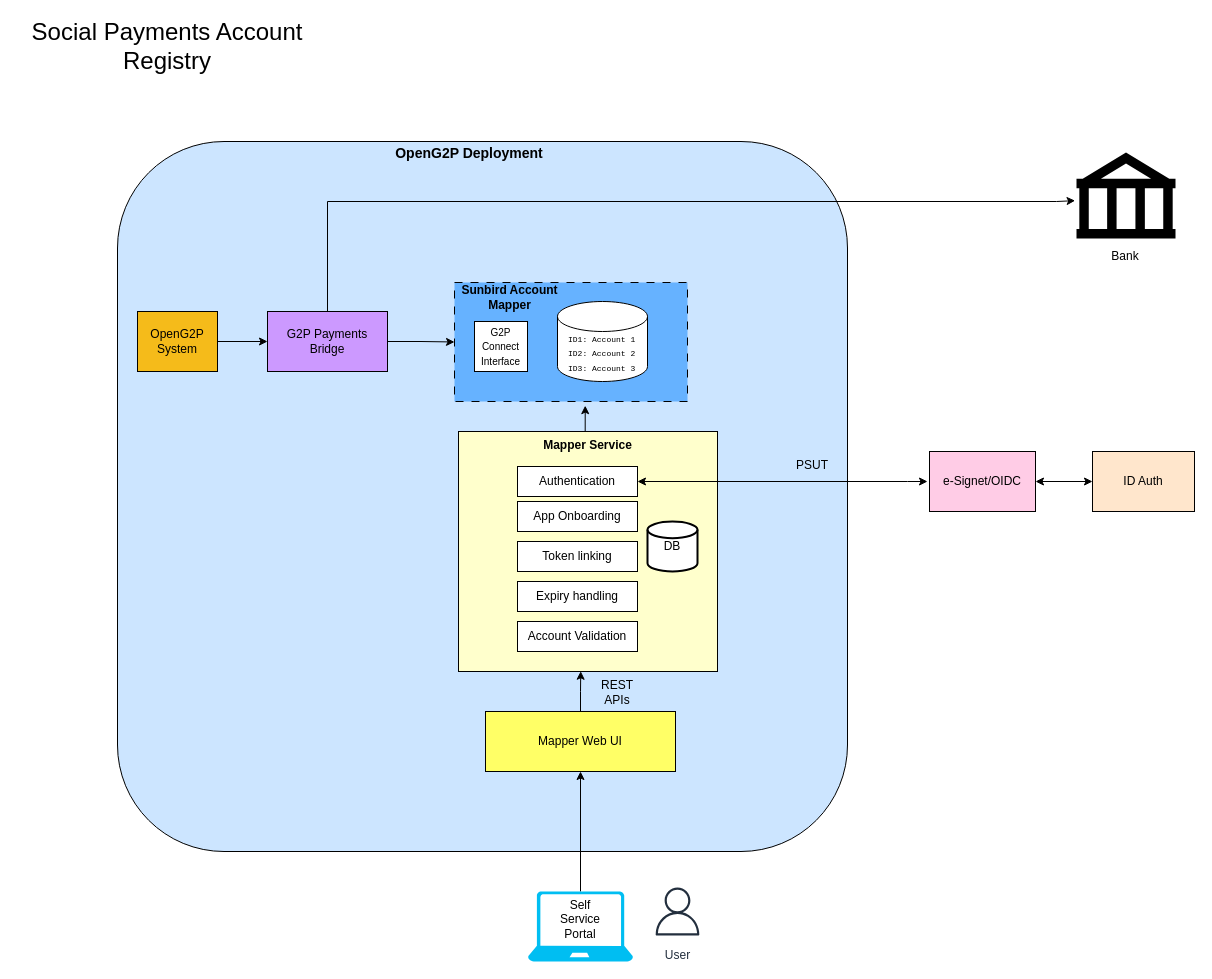
The draw.io diagram .gitbook/assets/social-account-registry.drawio in OpenG2P/openg2p-documentation, before the edit. Source tidied: cells renumbered, new cells numbered last; positions are measured from the earlier drawing's top-left corner, leaving out a move shared by most shapes. Both pictures are drawn from the tidied source at 100%, with x=0, y=0 at pixel (17, 31). Pictures stored in the file or linked from it are replaced by grey dashed boxes.
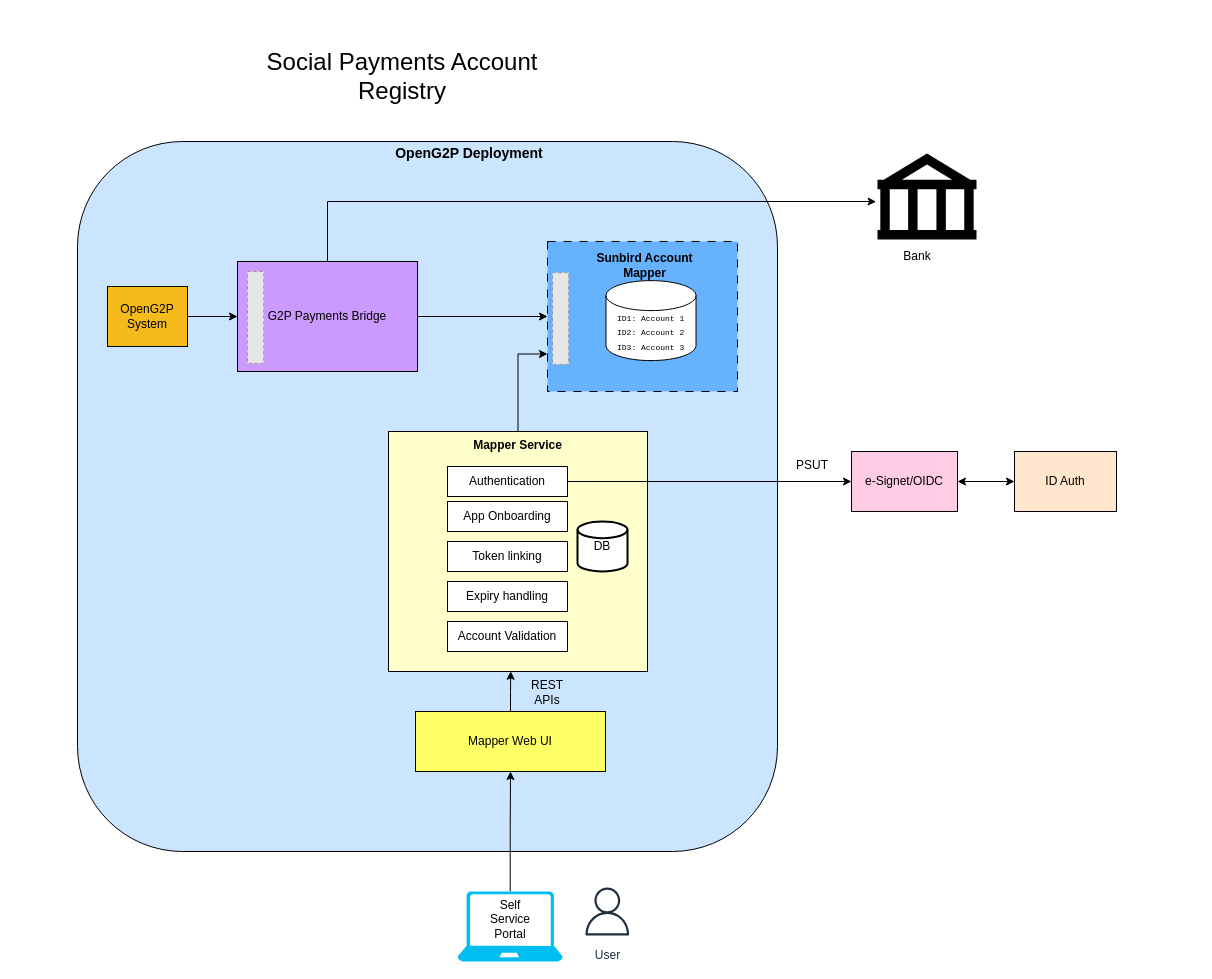
Above is the later version.

Commit message:
Modified SPAR Diagram

The edit, as a diff of the source:
```diff
@@
     <mxCell id="2" style="rounded=1;whiteSpace=wrap;html=1;align=left;fillColor=#CCE5FF;" parent="1" vertex="1">
-      <mxGeometry x="100" y="110" width="730" height="710" as="geometry" />
+      <mxGeometry x="60" y="110" width="700" height="710" as="geometry" />
     </mxCell>
     <mxCell id="3" value="&lt;font style=&quot;font-size: 24px;&quot;&gt;Social Payments Account Registry&lt;/font&gt;" style="text;html=1;strokeColor=none;fillColor=none;align=center;verticalAlign=middle;whiteSpace=wrap;rounded=0;" parent="1" vertex="1">
-      <mxGeometry width="300" height="30" as="geometry" />
+      <mxGeometry x="235" y="30" width="300" height="30" as="geometry" />
     </mxCell>
@@
     <mxCell id="6" value="OpenG2P System" style="rounded=0;whiteSpace=wrap;html=1;fillColor=#f5bb1a;" parent="1" vertex="1">
-      <mxGeometry x="120" y="280" width="80" height="60" as="geometry" />
+      <mxGeometry x="90" y="255" width="80" height="60" as="geometry" />
     </mxCell>
     <mxCell id="7" style="rounded=0;whiteSpace=wrap;html=1;dashed=1;dashPattern=8 8;fillColor=#66B2FF;" parent="1" vertex="1">
-      <mxGeometry x="437" y="251" width="233" height="119" as="geometry" />
+      <mxGeometry x="530" y="210" width="190" height="150" as="geometry" />
     </mxCell>
@@
     <mxCell id="9" style="edgeStyle=orthogonalEdgeStyle;rounded=0;jettySize=auto;html=1;exitX=0.5;exitY=0;exitDx=0;exitDy=0;entryX=-0.014;entryY=0.56;entryDx=0;entryDy=0;entryPerimeter=0;" parent="1" edge="1" source="10" target="19">
       <mxGeometry relative="1" as="geometry">
         <Array as="points">
           <mxPoint x="310" y="170" />
-          <mxPoint x="1039" y="170" />
+          <mxPoint x="849" y="170" />
         </Array>
       </mxGeometry>
     </mxCell>
     <mxCell id="10" value="G2P Payments Bridge" style="rounded=0;whiteSpace=wrap;html=1;fillColor=#CC99FF;" parent="1" vertex="1">
-      <mxGeometry x="250" y="280" width="120" height="60" as="geometry" />
+      <mxGeometry x="220" y="230" width="180" height="110" as="geometry" />
     </mxCell>
-    <mxCell id="11" value="&lt;font style=&quot;font-size: 10px;&quot;&gt;G2P Connect Interface&lt;/font&gt;" style="rounded=0;whiteSpace=wrap;html=1;" parent="1" vertex="1">
-      <mxGeometry x="457" y="290" width="53" height="50" as="geometry" />
-    </mxCell>
-    <mxCell id="12" style="edgeStyle=orthogonalEdgeStyle;rounded=0;jettySize=auto;html=1;exitX=0.5;exitY=0;exitDx=0;exitDy=0;entryX=0.561;entryY=1.035;entryDx=0;entryDy=0;entryPerimeter=0;" parent="1" edge="1" source="13" target="7">
+    <mxCell id="12" style="edgeStyle=orthogonalEdgeStyle;rounded=0;jettySize=auto;html=1;exitX=0.5;exitY=0;exitDx=0;exitDy=0;entryX=0;entryY=0.75;entryDx=0;entryDy=0;" parent="1" edge="1" source="13" target="7">
       <mxGeometry relative="1" as="geometry" />
     </mxCell>
     <mxCell id="13" value="&lt;b&gt;Mapper Service&lt;/b&gt;" style="rounded=0;whiteSpace=wrap;html=1;verticalAlign=top;fillColor=#FFFFCC;" parent="1" vertex="1">
-      <mxGeometry x="441" y="400" width="259" height="240" as="geometry" />
+      <mxGeometry x="371" y="400" width="259" height="240" as="geometry" />
     </mxCell>
-    <mxCell id="14" style="edgeStyle=orthogonalEdgeStyle;rounded=0;jettySize=auto;html=1;exitX=1;exitY=0.5;exitDx=0;exitDy=0;startArrow=classic;startFill=1;" parent="1" edge="1" source="26">
-      <mxGeometry relative="1" as="geometry">
-        <mxPoint x="910" y="450" as="targetPoint" />
-        <Array as="points">
-          <mxPoint x="890" y="450" />
-          <mxPoint x="890" y="450" />
-        </Array>
-      </mxGeometry>
-    </mxCell>
@@
     <mxCell id="16" value="e-Signet/OIDC" style="rounded=0;whiteSpace=wrap;html=1;fillColor=#FFCCE6;" parent="1" vertex="1">
-      <mxGeometry x="912" y="420" width="106" height="60" as="geometry" />
+      <mxGeometry x="834" y="420" width="106" height="60" as="geometry" />
     </mxCell>
     <mxCell id="17" value="ID Auth" style="rounded=0;whiteSpace=wrap;html=1;fillColor=#FFE6CC;" parent="1" vertex="1">
-      <mxGeometry x="1075" y="420" width="102" height="60" as="geometry" />
+      <mxGeometry x="997" y="420" width="102" height="60" as="geometry" />
     </mxCell>
     <mxCell id="18" value="User" style="sketch=0;fontColor=#232F3E;gradientColor=none;strokeColor=#232F3E;fillColor=#ffffff;dashed=0;verticalLabelPosition=bottom;verticalAlign=top;align=center;html=1;fontSize=12;fontStyle=0;shape=mxgraph.aws4.resourceIcon;resIcon=mxgraph.aws4.user;" parent="1" vertex="1">
-      <mxGeometry x="630" y="850" width="60" height="60" as="geometry" />
+      <mxGeometry x="559.8" y="850" width="60" height="60" as="geometry" />
     </mxCell>
     <mxCell id="19" style="shape=mxgraph.signs.travel.bank;html=1;fillColor=#000000;strokeColor=none;verticalLabelPosition=bottom;verticalAlign=top;align=center;" parent="1" vertex="1">
-      <mxGeometry x="1059" y="121" width="99" height="86" as="geometry" />
+      <mxGeometry x="860" y="122" width="99" height="86" as="geometry" />
     </mxCell>
     <mxCell id="20" value="&lt;b&gt;Sunbird Account Mapper&lt;/b&gt;" style="text;html=1;strokeColor=none;fillColor=none;align=center;verticalAlign=middle;whiteSpace=wrap;rounded=0;" parent="1" vertex="1">
-      <mxGeometry x="441" y="251" width="103" height="30" as="geometry" />
+      <mxGeometry x="575.5" y="219.1" width="103" height="30" as="geometry" />
     </mxCell>
     <mxCell id="21" style="group;" parent="1" vertex="1">
-      <mxGeometry x="540" y="270" width="90" height="80" as="geometry" />
+      <mxGeometry x="588.5" y="249.1" width="90" height="80" as="geometry" />
     </mxCell>
@@
     <mxCell id="25" value="Mapper Web UI" style="rounded=0;whiteSpace=wrap;html=1;fillColor=#FFFF66;" parent="1" vertex="1">
-      <mxGeometry x="468" y="680" width="190" height="60" as="geometry" />
+      <mxGeometry x="398" y="680" width="190" height="60" as="geometry" />
     </mxCell>
+    <mxCell id="38" style="edgeStyle=orthogonalEdgeStyle;rounded=0;jettySize=auto;html=1;exitX=1;exitY=0.5;exitDx=0;exitDy=0;entryX=0;entryY=0.5;entryDx=0;entryDy=0;" parent="1" edge="1" source="26" target="16">
+      <mxGeometry relative="1" as="geometry" />
+    </mxCell>
     <mxCell id="26" value="Authentication" style="rounded=0;whiteSpace=wrap;html=1;" parent="1" vertex="1">
-      <mxGeometry x="500" y="435" width="120" height="30" as="geometry" />
+      <mxGeometry x="430" y="435" width="120" height="30" as="geometry" />
     </mxCell>
     <mxCell id="27" value="App Onboarding" style="rounded=0;whiteSpace=wrap;html=1;" parent="1" vertex="1">
-      <mxGeometry x="500" y="470" width="120" height="30" as="geometry" />
+      <mxGeometry x="430" y="470" width="120" height="30" as="geometry" />
     </mxCell>
     <mxCell id="28" value="Token linking" style="rounded=0;whiteSpace=wrap;html=1;" parent="1" vertex="1">
-      <mxGeometry x="500" y="510" width="120" height="30" as="geometry" />
+      <mxGeometry x="430" y="510" width="120" height="30" as="geometry" />
     </mxCell>
     <mxCell id="29" value="Expiry handling" style="rounded=0;whiteSpace=wrap;html=1;" parent="1" vertex="1">
-      <mxGeometry x="500" y="550" width="120" height="30" as="geometry" />
+      <mxGeometry x="430" y="550" width="120" height="30" as="geometry" />
     </mxCell>
     <mxCell id="30" value="Account Validation" style="rounded=0;whiteSpace=wrap;html=1;" parent="1" vertex="1">
-      <mxGeometry x="500" y="590" width="120" height="30" as="geometry" />
+      <mxGeometry x="430" y="590" width="120" height="30" as="geometry" />
     </mxCell>
     <mxCell id="31" value="DB" style="strokeWidth=2;html=1;shape=mxgraph.flowchart.database;whiteSpace=wrap;" parent="1" vertex="1">
-      <mxGeometry x="630" y="490" width="50" height="50" as="geometry" />
+      <mxGeometry x="560" y="490" width="50" height="50" as="geometry" />
     </mxCell>
@@
     <mxCell id="33" value="REST APIs" style="text;html=1;strokeColor=none;fillColor=none;align=center;verticalAlign=middle;whiteSpace=wrap;rounded=0;" parent="1" vertex="1">
-      <mxGeometry x="570" y="646" width="60" height="30" as="geometry" />
+      <mxGeometry x="500" y="646" width="60" height="30" as="geometry" />
     </mxCell>
@@
     <mxCell id="35" style="verticalLabelPosition=bottom;html=1;verticalAlign=top;align=center;strokeColor=none;fillColor=#00BEF2;shape=mxgraph.azure.laptop;" parent="1" vertex="1">
-      <mxGeometry x="510.5" y="860" width="105" height="70" as="geometry" />
+      <mxGeometry x="440.2" y="860" width="105" height="70" as="geometry" />
     </mxCell>
     <mxCell id="36" value="Self Service Portal" style="text;html=1;strokeColor=none;fillColor=none;align=center;verticalAlign=middle;whiteSpace=wrap;rounded=0;" parent="1" vertex="1">
-      <mxGeometry x="533" y="873" width="60" height="30" as="geometry" />
+      <mxGeometry x="462.8" y="873" width="60" height="30" as="geometry" />
     </mxCell>
     <mxCell id="37" value="Bank" style="text;html=1;strokeColor=none;fillColor=none;align=center;verticalAlign=middle;whiteSpace=wrap;rounded=0;" parent="1" vertex="1">
-      <mxGeometry x="1078" y="210" width="60" height="30" as="geometry" />
+      <mxGeometry x="869.5" y="210" width="60" height="30" as="geometry" />
     </mxCell>
+    <mxCell id="39" style="fillColor=#E6E6E6;strokeColor=#999999;dashed=1;verticalLabelPosition=bottom;verticalAlign=top;" parent="1" vertex="1">
+      <mxGeometry x="535" y="241.1" width="16.2" height="91.8" as="geometry" />
+    </mxCell>
+    <mxCell id="40" style="fillColor=#E6E6E6;strokeColor=#999999;dashed=1;verticalLabelPosition=bottom;verticalAlign=top;" parent="1" vertex="1">
+      <mxGeometry x="230" y="240" width="16.2" height="91.8" as="geometry" />
+    </mxCell>
```
